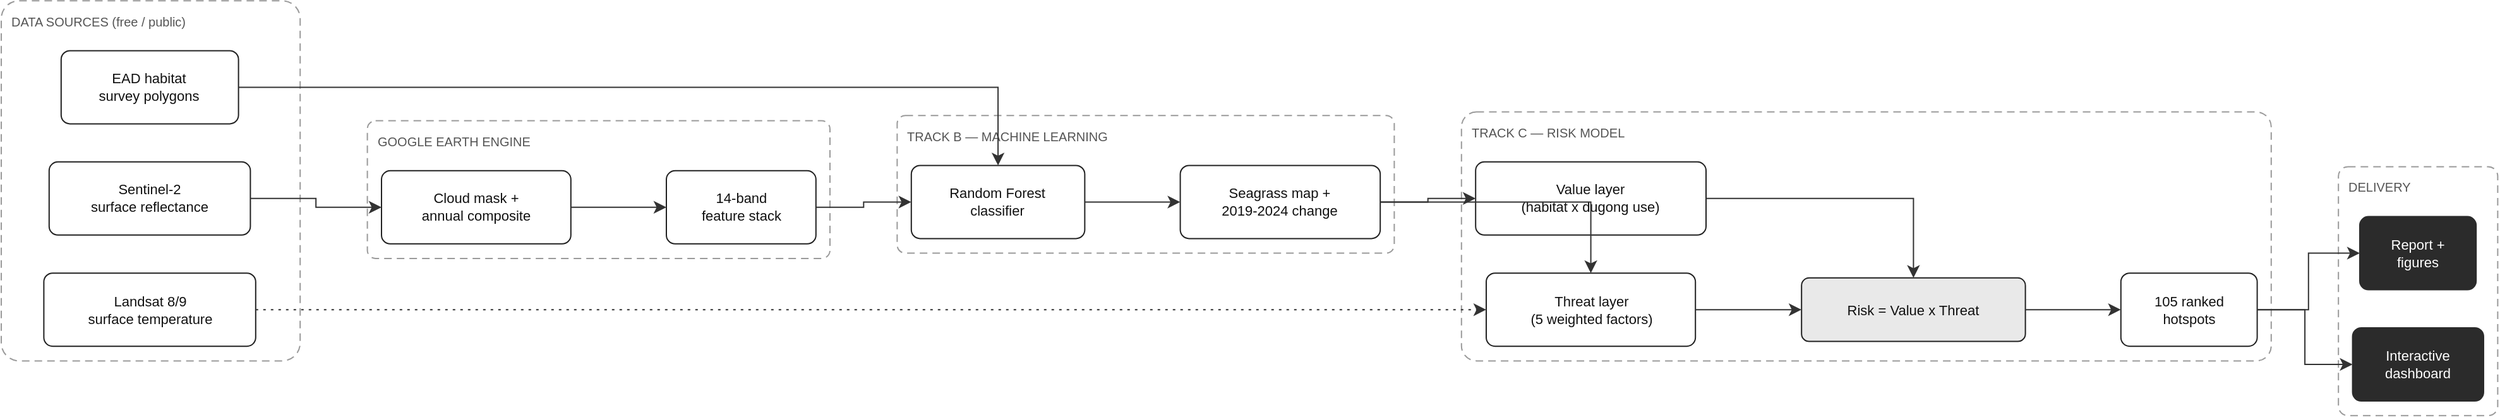
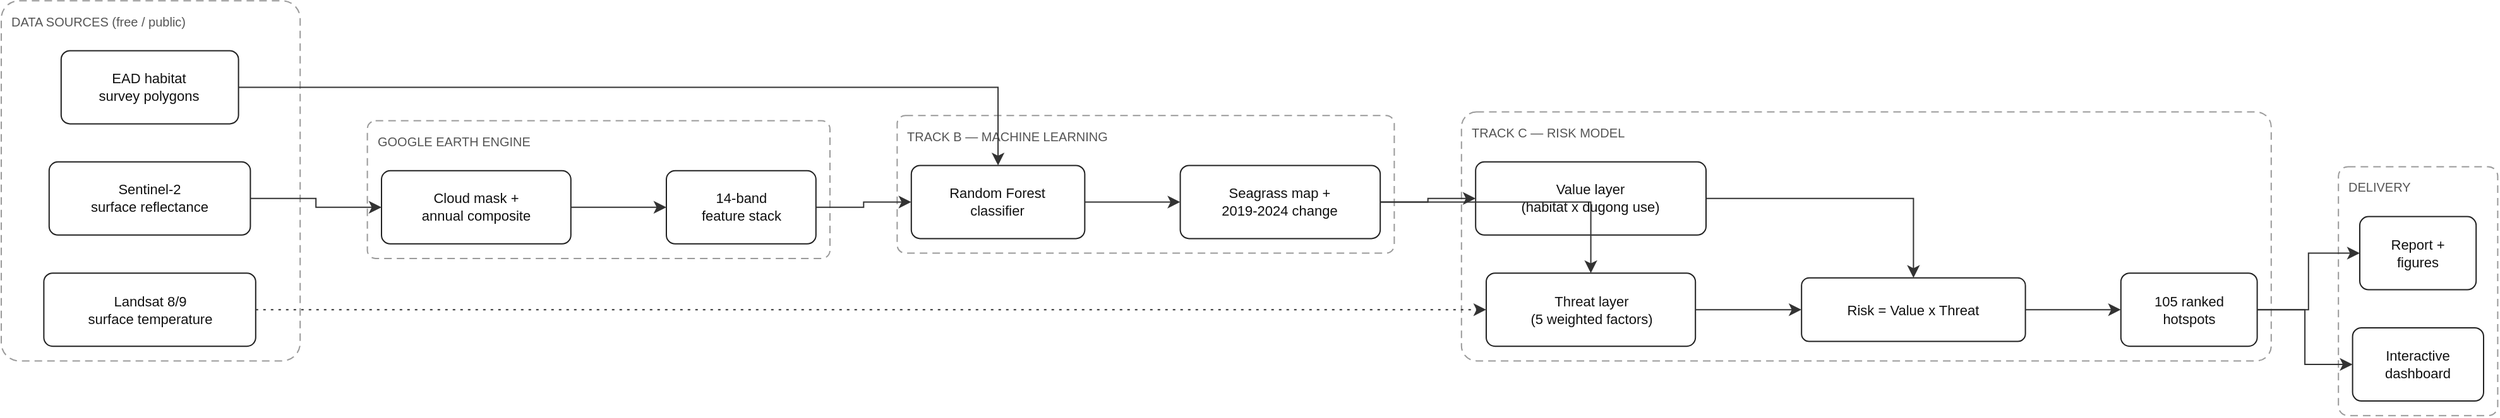
<mxfile host="app.diagrams.net" type="device">
  <diagram name="1_system_architecture" id="1_system_architecture">
    <mxGraphModel dx="2067" dy="467" grid="1" gridSize="10" guides="1" tooltips="1" connect="1" arrows="1" fold="1" page="1" pageScale="1" pageWidth="2107" pageHeight="507" math="0" shadow="0">
      <root>
        <mxCell id="0"/>
        <mxCell id="1" parent="0"/>
        <mxCell id="n0" value="DATA SOURCES  (free / public)" style="rounded=1;arcSize=6;fillColor=none;strokeColor=#9a9a9a;dashed=1;dashPattern=6 4;verticalAlign=top;align=left;spacingLeft=6;spacingTop=4;fontFamily=Helvetica;fontSize=10;fontColor=#555555;html=1;" vertex="1" parent="1"><mxGeometry x="0.0" y="47.6" width="236.6" height="285.6" as="geometry"/></mxCell>
        <mxCell id="n1" value="GOOGLE EARTH ENGINE" style="rounded=1;arcSize=6;fillColor=none;strokeColor=#9a9a9a;dashed=1;dashPattern=6 4;verticalAlign=top;align=left;spacingLeft=6;spacingTop=4;fontFamily=Helvetica;fontSize=10;fontColor=#555555;html=1;" vertex="1" parent="1"><mxGeometry x="289.8" y="142.8" width="366.2" height="109.2" as="geometry"/></mxCell>
        <mxCell id="n2" value="TRACK B — MACHINE LEARNING" style="rounded=1;arcSize=6;fillColor=none;strokeColor=#9a9a9a;dashed=1;dashPattern=6 4;verticalAlign=top;align=left;spacingLeft=6;spacingTop=4;fontFamily=Helvetica;fontSize=10;fontColor=#555555;html=1;" vertex="1" parent="1"><mxGeometry x="709.2" y="138.6" width="393.5" height="109.2" as="geometry"/></mxCell>
        <mxCell id="n3" value="TRACK C — RISK MODEL" style="rounded=1;arcSize=6;fillColor=none;strokeColor=#9a9a9a;dashed=1;dashPattern=6 4;verticalAlign=top;align=left;spacingLeft=6;spacingTop=4;fontFamily=Helvetica;fontSize=10;fontColor=#555555;html=1;" vertex="1" parent="1"><mxGeometry x="1155.9" y="135.8" width="641.0" height="197.4" as="geometry"/></mxCell>
        <mxCell id="n4" value="DELIVERY" style="rounded=1;arcSize=6;fillColor=none;strokeColor=#9a9a9a;dashed=1;dashPattern=6 4;verticalAlign=top;align=left;spacingLeft=6;spacingTop=4;fontFamily=Helvetica;fontSize=10;fontColor=#555555;html=1;" vertex="1" parent="1"><mxGeometry x="1850.1" y="179.2" width="126.1" height="197.4" as="geometry"/></mxCell>
        <mxCell id="n5" value="Sentinel-2&lt;br&gt;surface reflectance" style="rounded=1;arcSize=12;whiteSpace=wrap;html=1;fontFamily=Helvetica;fontSize=11;fontColor=#111111;fillColor=#ffffff;strokeColor=#222222;" vertex="1" parent="1"><mxGeometry x="37.9" y="175.4" width="159.3" height="58.0" as="geometry"/></mxCell>
        <mxCell id="n6" value="Landsat 8/9&lt;br&gt;surface temperature" style="rounded=1;arcSize=12;whiteSpace=wrap;html=1;fontFamily=Helvetica;fontSize=11;fontColor=#111111;fillColor=#ffffff;strokeColor=#222222;" vertex="1" parent="1"><mxGeometry x="33.7" y="263.6" width="167.7" height="58.0" as="geometry"/></mxCell>
        <mxCell id="n7" value="EAD habitat&lt;br&gt;survey polygons" style="rounded=1;arcSize=12;whiteSpace=wrap;html=1;fontFamily=Helvetica;fontSize=11;fontColor=#111111;fillColor=#ffffff;strokeColor=#222222;" vertex="1" parent="1"><mxGeometry x="47.4" y="87.2" width="140.4" height="58.0" as="geometry"/></mxCell>
        <mxCell id="n8" value="Cloud mask +&lt;br&gt;annual composite" style="rounded=1;arcSize=12;whiteSpace=wrap;html=1;fontFamily=Helvetica;fontSize=11;fontColor=#111111;fillColor=#ffffff;strokeColor=#222222;" vertex="1" parent="1"><mxGeometry x="301.0" y="182.4" width="149.9" height="58.0" as="geometry"/></mxCell>
        <mxCell id="n9" value="14-band&lt;br&gt;feature stack" style="rounded=1;arcSize=12;whiteSpace=wrap;html=1;fontFamily=Helvetica;fontSize=11;fontColor=#111111;fillColor=#ffffff;strokeColor=#222222;" vertex="1" parent="1"><mxGeometry x="526.5" y="182.4" width="118.4" height="58.0" as="geometry"/></mxCell>
        <mxCell id="n10" value="Random Forest&lt;br&gt;classifier" style="rounded=1;arcSize=12;whiteSpace=wrap;html=1;fontFamily=Helvetica;fontSize=11;fontColor=#111111;fillColor=#ffffff;strokeColor=#222222;" vertex="1" parent="1"><mxGeometry x="720.4" y="178.2" width="137.3" height="58.0" as="geometry"/></mxCell>
        <mxCell id="n11" value="Seagrass map +&lt;br&gt;2019-2024 change" style="rounded=1;arcSize=12;whiteSpace=wrap;html=1;fontFamily=Helvetica;fontSize=11;fontColor=#111111;fillColor=#ffffff;strokeColor=#222222;" vertex="1" parent="1"><mxGeometry x="933.3" y="178.2" width="158.3" height="58.0" as="geometry"/></mxCell>
        <mxCell id="n12" value="Value layer&lt;br&gt;(habitat x dugong use)" style="rounded=1;arcSize=12;whiteSpace=wrap;html=1;fontFamily=Helvetica;fontSize=11;fontColor=#111111;fillColor=#ffffff;strokeColor=#222222;" vertex="1" parent="1"><mxGeometry x="1167.1" y="175.4" width="182.4" height="58.0" as="geometry"/></mxCell>
        <mxCell id="n13" value="Threat layer&lt;br&gt;(5 weighted factors)" style="rounded=1;arcSize=12;whiteSpace=wrap;html=1;fontFamily=Helvetica;fontSize=11;fontColor=#111111;fillColor=#ffffff;strokeColor=#222222;" vertex="1" parent="1"><mxGeometry x="1175.5" y="263.6" width="165.6" height="58.0" as="geometry"/></mxCell>
-         <mxCell id="n14" value="Risk = Value x Threat" style="rounded=1;arcSize=12;whiteSpace=wrap;html=1;fontFamily=Helvetica;fontSize=11;fontColor=#111111;fillColor=#e9e9e9;strokeColor=#222222;" vertex="1" parent="1"><mxGeometry x="1425.1" y="267.4" width="177.2" height="50.4" as="geometry"/></mxCell>
+         <mxCell id="n14" value="Risk = Value x Threat" style="rounded=1;arcSize=12;whiteSpace=wrap;html=1;fontFamily=Helvetica;fontSize=11;fontColor=#111111;fillColor=#ffffff;strokeColor=#222222;" vertex="1" parent="1"><mxGeometry x="1425.1" y="267.4" width="177.2" height="50.4" as="geometry"/></mxCell>
        <mxCell id="n15" value="105 ranked&lt;br&gt;hotspots" style="rounded=1;arcSize=12;whiteSpace=wrap;html=1;fontFamily=Helvetica;fontSize=11;fontColor=#111111;fillColor=#ffffff;strokeColor=#222222;" vertex="1" parent="1"><mxGeometry x="1677.9" y="263.6" width="107.9" height="58.0" as="geometry"/></mxCell>
-         <mxCell id="n16" value="Interactive&lt;br&gt;dashboard" style="rounded=1;arcSize=12;whiteSpace=wrap;html=1;fontFamily=Helvetica;fontSize=11;fontColor=white;fillColor=#2b2b2b;strokeColor=#2b2b2b;" vertex="1" parent="1"><mxGeometry x="1861.3" y="307.0" width="103.7" height="58.0" as="geometry"/></mxCell>
-         <mxCell id="n17" value="Report +&lt;br&gt;figures" style="rounded=1;arcSize=12;whiteSpace=wrap;html=1;fontFamily=Helvetica;fontSize=11;fontColor=white;fillColor=#2b2b2b;strokeColor=#2b2b2b;" vertex="1" parent="1"><mxGeometry x="1867.0" y="218.8" width="92.1" height="58.0" as="geometry"/></mxCell>
+         <mxCell id="n16" value="Interactive&lt;br&gt;dashboard" style="rounded=1;arcSize=12;whiteSpace=wrap;html=1;fontFamily=Helvetica;fontSize=11;fontColor=#111111;fillColor=#ffffff;strokeColor=#222222;" vertex="1" parent="1"><mxGeometry x="1861.3" y="307.0" width="103.7" height="58.0" as="geometry"/></mxCell>
+         <mxCell id="n17" value="Report +&lt;br&gt;figures" style="rounded=1;arcSize=12;whiteSpace=wrap;html=1;fontFamily=Helvetica;fontSize=11;fontColor=#111111;fillColor=#ffffff;strokeColor=#222222;" vertex="1" parent="1"><mxGeometry x="1867.0" y="218.8" width="92.1" height="58.0" as="geometry"/></mxCell>
        <mxCell id="e0" value="" style="edgeStyle=orthogonalEdgeStyle;rounded=0;html=1;strokeColor=#333333;endArrow=classic;endSize=7;fontFamily=Helvetica;fontSize=10;fontColor=#333333;" edge="1" parent="1" source="n5" target="n8"><mxGeometry relative="1" as="geometry"/></mxCell>
        <mxCell id="e1" value="" style="edgeStyle=orthogonalEdgeStyle;rounded=0;html=1;strokeColor=#333333;endArrow=classic;endSize=7;fontFamily=Helvetica;fontSize=10;fontColor=#333333;" edge="1" parent="1" source="n7" target="n10"><mxGeometry relative="1" as="geometry"/></mxCell>
        <mxCell id="e2" value="" style="edgeStyle=orthogonalEdgeStyle;rounded=0;html=1;strokeColor=#333333;endArrow=classic;endSize=7;fontFamily=Helvetica;fontSize=10;fontColor=#333333;" edge="1" parent="1" source="n8" target="n9"><mxGeometry relative="1" as="geometry"/></mxCell>
        <mxCell id="e3" value="" style="edgeStyle=orthogonalEdgeStyle;rounded=0;html=1;strokeColor=#333333;endArrow=classic;endSize=7;fontFamily=Helvetica;fontSize=10;fontColor=#333333;" edge="1" parent="1" source="n9" target="n10"><mxGeometry relative="1" as="geometry"/></mxCell>
        <mxCell id="e4" value="" style="edgeStyle=orthogonalEdgeStyle;rounded=0;html=1;strokeColor=#333333;endArrow=classic;endSize=7;fontFamily=Helvetica;fontSize=10;fontColor=#333333;" edge="1" parent="1" source="n10" target="n11"><mxGeometry relative="1" as="geometry"/></mxCell>
        <mxCell id="e5" value="" style="edgeStyle=orthogonalEdgeStyle;rounded=0;html=1;strokeColor=#333333;endArrow=classic;endSize=7;fontFamily=Helvetica;fontSize=10;fontColor=#333333;" edge="1" parent="1" source="n11" target="n12"><mxGeometry relative="1" as="geometry"/></mxCell>
        <mxCell id="e6" value="" style="edgeStyle=orthogonalEdgeStyle;rounded=0;html=1;strokeColor=#333333;endArrow=classic;endSize=7;fontFamily=Helvetica;fontSize=10;fontColor=#333333;" edge="1" parent="1" source="n11" target="n13"><mxGeometry relative="1" as="geometry"/></mxCell>
        <mxCell id="e7" value="" style="edgeStyle=orthogonalEdgeStyle;rounded=0;html=1;strokeColor=#333333;endArrow=classic;endSize=7;dashed=1;dashPattern=2 4;fontFamily=Helvetica;fontSize=10;fontColor=#333333;" edge="1" parent="1" source="n6" target="n13"><mxGeometry relative="1" as="geometry"/></mxCell>
        <mxCell id="e8" value="" style="edgeStyle=orthogonalEdgeStyle;rounded=0;html=1;strokeColor=#333333;endArrow=classic;endSize=7;fontFamily=Helvetica;fontSize=10;fontColor=#333333;" edge="1" parent="1" source="n12" target="n14"><mxGeometry relative="1" as="geometry"/></mxCell>
        <mxCell id="e9" value="" style="edgeStyle=orthogonalEdgeStyle;rounded=0;html=1;strokeColor=#333333;endArrow=classic;endSize=7;fontFamily=Helvetica;fontSize=10;fontColor=#333333;" edge="1" parent="1" source="n13" target="n14"><mxGeometry relative="1" as="geometry"/></mxCell>
        <mxCell id="e10" value="" style="edgeStyle=orthogonalEdgeStyle;rounded=0;html=1;strokeColor=#333333;endArrow=classic;endSize=7;fontFamily=Helvetica;fontSize=10;fontColor=#333333;" edge="1" parent="1" source="n14" target="n15"><mxGeometry relative="1" as="geometry"/></mxCell>
        <mxCell id="e11" value="" style="edgeStyle=orthogonalEdgeStyle;rounded=0;html=1;strokeColor=#333333;endArrow=classic;endSize=7;fontFamily=Helvetica;fontSize=10;fontColor=#333333;" edge="1" parent="1" source="n15" target="n16"><mxGeometry relative="1" as="geometry"/></mxCell>
        <mxCell id="e12" value="" style="edgeStyle=orthogonalEdgeStyle;rounded=0;html=1;strokeColor=#333333;endArrow=classic;endSize=7;fontFamily=Helvetica;fontSize=10;fontColor=#333333;" edge="1" parent="1" source="n15" target="n17"><mxGeometry relative="1" as="geometry"/></mxCell>
      </root>
    </mxGraphModel>
  </diagram>
</mxfile>
